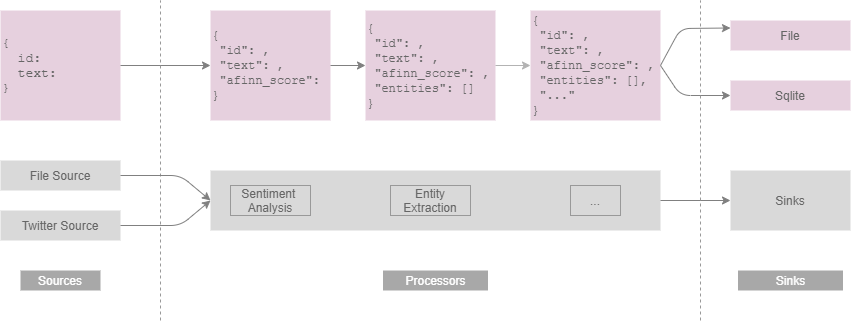
code2k13/nlphose keeps this draw.io diagram as nlphose.png. Above is the earlier version. Source tidied: cells renumbered, new cells last; positions are measured from the earlier drawing's top-left corner, leaving out a move shared by most shapes. Its diagram source:
```xml
<mxGraphModel>
  <root>
    <mxCell id="0" />
    <mxCell id="1" parent="0" />
    <mxCell id="2" style="rounded=0;whiteSpace=wrap;html=1;fillColor=#D9D9D9;strokeColor=none;fontColor=#666666;align=center;" parent="1" vertex="1">
      <mxGeometry x="210" y="170" width="450" height="60" as="geometry" />
    </mxCell>
    <mxCell id="3" value="Sinks" style="rounded=0;whiteSpace=wrap;html=1;fillColor=#D9D9D9;strokeColor=none;fontColor=#666666;align=center;" parent="1" vertex="1">
      <mxGeometry x="730" y="170" width="120" height="60" as="geometry" />
    </mxCell>
    <mxCell id="4" value="&lt;font face=&quot;Courier New&quot; style=&quot;font-size: 13px;&quot;&gt;{&lt;br style=&quot;font-size: 13px;&quot;&gt;&amp;nbsp; id:&amp;nbsp;&lt;br style=&quot;font-size: 13px;&quot;&gt;&amp;nbsp; text:&lt;br style=&quot;font-size: 13px;&quot;&gt;}&lt;/font&gt;" style="text;html=1;align=left;verticalAlign=middle;whiteSpace=wrap;rounded=0;fontSize=12;fontColor=#666666;fillColor=#E6D0DE;" parent="1" vertex="1">
      <mxGeometry y="10" width="120" height="110" as="geometry" />
    </mxCell>
    <mxCell id="5" value="Entity&lt;br&gt;Extraction" style="rounded=0;whiteSpace=wrap;html=1;fillColor=#D9D9D9;strokeColor=#999999;fontColor=#666666;align=center;" parent="1" vertex="1">
      <mxGeometry x="390" y="185" width="80" height="30" as="geometry" />
    </mxCell>
    <mxCell id="6" value="Sentiment&amp;nbsp;&lt;br&gt;Analysis" style="rounded=0;whiteSpace=wrap;html=1;fillColor=#D9D9D9;fontColor=#666666;align=center;strokeColor=#999999;" parent="1" vertex="1">
      <mxGeometry x="230" y="185" width="80" height="30" as="geometry" />
    </mxCell>
    <mxCell id="7" value="..." style="rounded=0;whiteSpace=wrap;html=1;fontSize=12;fillColor=#D9D9D9;strokeColor=#999999;fontColor=#666666;align=center;" parent="1" vertex="1">
      <mxGeometry x="570" y="185" width="50" height="30" as="geometry" />
    </mxCell>
    <mxCell id="8" value="&lt;div&gt;&lt;font face=&quot;Courier New&quot;&gt;{&lt;/font&gt;&lt;/div&gt;&lt;div&gt;&lt;font face=&quot;Courier New&quot;&gt;&amp;nbsp;&quot;id&quot;: ,&amp;nbsp;&lt;/font&gt;&lt;/div&gt;&lt;div&gt;&lt;font face=&quot;Courier New&quot;&gt;&amp;nbsp;&quot;text&quot;: ,&lt;/font&gt;&lt;/div&gt;&lt;div&gt;&lt;font face=&quot;Courier New&quot;&gt;&amp;nbsp;&quot;afinn_score&quot;:&lt;/font&gt;&lt;/div&gt;&lt;div&gt;&lt;font face=&quot;Courier New&quot;&gt;}&lt;/font&gt;&lt;/div&gt;" style="text;html=1;fillColor=#E6D0DE;align=left;verticalAlign=middle;whiteSpace=wrap;rounded=0;strokeColor=none;fontColor=#666666;" parent="1" vertex="1">
      <mxGeometry x="210" y="10" width="120" height="110" as="geometry" />
    </mxCell>
    <mxCell id="9" value="&lt;div&gt;&lt;font face=&quot;Courier New&quot;&gt;{&lt;/font&gt;&lt;/div&gt;&lt;div&gt;&lt;font face=&quot;Courier New&quot;&gt;&amp;nbsp;&quot;id&quot;: ,&amp;nbsp;&lt;/font&gt;&lt;/div&gt;&lt;div&gt;&lt;font face=&quot;Courier New&quot;&gt;&amp;nbsp;&quot;text&quot;: ,&lt;/font&gt;&lt;/div&gt;&lt;div&gt;&lt;font face=&quot;Courier New&quot;&gt;&amp;nbsp;&quot;afinn_score&quot;: ,&lt;/font&gt;&lt;/div&gt;&lt;div&gt;&lt;font face=&quot;Courier New&quot;&gt;&amp;nbsp;&quot;entities&quot;: []&lt;/font&gt;&lt;/div&gt;&lt;div&gt;&lt;font face=&quot;Courier New&quot;&gt;}&lt;/font&gt;&lt;/div&gt;" style="text;html=1;strokeColor=none;fillColor=#E6D0DE;align=left;verticalAlign=middle;whiteSpace=wrap;rounded=0;fontColor=#666666;" parent="1" vertex="1">
      <mxGeometry x="365" y="10" width="130" height="110" as="geometry" />
    </mxCell>
    <mxCell id="10" value="&lt;div&gt;&lt;font face=&quot;Courier New&quot;&gt;{&lt;/font&gt;&lt;/div&gt;&lt;div&gt;&lt;font face=&quot;Courier New&quot;&gt;&amp;nbsp;&quot;id&quot;: ,&amp;nbsp;&lt;/font&gt;&lt;/div&gt;&lt;div&gt;&lt;font face=&quot;Courier New&quot;&gt;&amp;nbsp;&quot;text&quot;: ,&lt;/font&gt;&lt;/div&gt;&lt;div&gt;&lt;font face=&quot;Courier New&quot;&gt;&amp;nbsp;&quot;afinn_score&quot;: ,&lt;/font&gt;&lt;/div&gt;&lt;div&gt;&lt;font face=&quot;Courier New&quot;&gt;&amp;nbsp;&quot;entities&quot;: [],&lt;/font&gt;&lt;/div&gt;&lt;div&gt;&lt;font face=&quot;Courier New&quot;&gt;&amp;nbsp;&quot;...&quot;&lt;/font&gt;&lt;/div&gt;&lt;div&gt;&lt;font face=&quot;Courier New&quot;&gt;}&lt;/font&gt;&lt;/div&gt;" style="text;html=1;strokeColor=none;fillColor=#E6D0DE;align=left;verticalAlign=middle;whiteSpace=wrap;rounded=0;fontColor=#666666;" parent="1" vertex="1">
      <mxGeometry x="530" y="10" width="130" height="110" as="geometry" />
    </mxCell>
    <mxCell id="11" style="endArrow=classic;html=1;fontSize=14;exitX=1;exitY=0.5;exitDx=0;exitDy=0;entryX=0;entryY=0.5;entryDx=0;entryDy=0;strokeColor=#808080;" parent="1" edge="1" source="4" target="8">
      <mxGeometry relative="1" as="geometry" />
    </mxCell>
    <mxCell id="12" style="endArrow=classic;html=1;fontSize=14;exitX=1;exitY=0.5;exitDx=0;exitDy=0;entryX=0;entryY=0.5;entryDx=0;entryDy=0;strokeColor=#808080;" parent="1" edge="1" source="8" target="9">
      <mxGeometry relative="1" as="geometry" />
    </mxCell>
    <mxCell id="13" style="html=1;fontSize=12;exitX=1;exitY=0.5;exitDx=0;exitDy=0;rounded=0;fontColor=#666666;align=left;strokeColor=#B3B3B3;fillColor=#f5f5f5;" parent="1" edge="1" source="9" target="10">
      <mxGeometry relative="1" as="geometry" />
    </mxCell>
    <mxCell id="14" style="endArrow=classic;html=1;fontSize=14;exitX=1;exitY=0.5;exitDx=0;exitDy=0;strokeColor=#808080;" parent="1" edge="1" source="2" target="3">
      <mxGeometry relative="1" as="geometry" />
    </mxCell>
    <mxCell id="15" value="File" style="rounded=0;whiteSpace=wrap;html=1;fontSize=12;fillColor=#E6D0DE;strokeColor=none;fontColor=#666666;align=center;" parent="1" vertex="1">
      <mxGeometry x="730" y="20" width="120" height="30" as="geometry" />
    </mxCell>
    <mxCell id="16" value="Sqlite" style="rounded=0;whiteSpace=wrap;html=1;fontSize=12;fillColor=#E6D0DE;strokeColor=none;fontColor=#666666;align=center;" parent="1" vertex="1">
      <mxGeometry x="730" y="80" width="120" height="30" as="geometry" />
    </mxCell>
    <mxCell id="17" style="endArrow=classic;html=1;fontSize=14;exitX=1;exitY=0.5;exitDx=0;exitDy=0;entryX=0;entryY=0.25;entryDx=0;entryDy=0;strokeColor=#808080;" parent="1" edge="1" source="10" target="15">
      <mxGeometry relative="1" as="geometry">
        <Array as="points">
          <mxPoint x="680" y="28" />
        </Array>
      </mxGeometry>
    </mxCell>
    <mxCell id="18" style="endArrow=classic;html=1;fontSize=14;exitX=1;exitY=0.5;exitDx=0;exitDy=0;entryX=0;entryY=0.5;entryDx=0;entryDy=0;strokeColor=#808080;" parent="1" edge="1" source="10" target="16">
      <mxGeometry relative="1" as="geometry">
        <Array as="points">
          <mxPoint x="680" y="95" />
        </Array>
      </mxGeometry>
    </mxCell>
    <mxCell id="19" style="endArrow=none;dashed=1;html=1;fontSize=14;strokeColor=#999999;strokeWidth=1;" parent="1" edge="1">
      <mxGeometry relative="1" as="geometry">
        <mxPoint x="160" y="320" as="sourcePoint" />
        <mxPoint x="160" as="targetPoint" />
      </mxGeometry>
    </mxCell>
    <mxCell id="20" style="endArrow=none;dashed=1;html=1;fontSize=14;strokeColor=#999999;strokeWidth=1;" parent="1" edge="1">
      <mxGeometry relative="1" as="geometry">
        <mxPoint x="700" y="320" as="sourcePoint" />
        <mxPoint x="700" as="targetPoint" />
      </mxGeometry>
    </mxCell>
    <mxCell id="21" value="Twitter Source" style="rounded=0;whiteSpace=wrap;html=1;fontSize=12;fillColor=#D9D9D9;strokeColor=none;fontColor=#666666;align=center;" parent="1" vertex="1">
      <mxGeometry y="210" width="120" height="30" as="geometry" />
    </mxCell>
    <mxCell id="22" value="File Source" style="rounded=0;whiteSpace=wrap;html=1;fontSize=12;fontColor=#666666;align=center;fillColor=#D9D9D9;strokeColor=none;" parent="1" vertex="1">
      <mxGeometry y="160" width="120" height="30" as="geometry" />
    </mxCell>
    <mxCell id="23" style="endArrow=classic;html=1;fontSize=14;exitX=1;exitY=0.5;exitDx=0;exitDy=0;entryX=0;entryY=0.5;entryDx=0;entryDy=0;strokeColor=#808080;" parent="1" edge="1" source="22" target="2">
      <mxGeometry relative="1" as="geometry">
        <Array as="points">
          <mxPoint x="180" y="175" />
        </Array>
      </mxGeometry>
    </mxCell>
    <mxCell id="24" style="endArrow=classic;html=1;strokeColor=#808080;fontSize=14;exitX=1;exitY=0.5;exitDx=0;exitDy=0;entryX=0;entryY=0.5;entryDx=0;entryDy=0;" parent="1" edge="1" source="21" target="2">
      <mxGeometry relative="1" as="geometry">
        <Array as="points">
          <mxPoint x="180" y="225" />
        </Array>
      </mxGeometry>
    </mxCell>
    <mxCell id="25" value="Sources" style="text;html=1;strokeColor=none;align=center;verticalAlign=middle;whiteSpace=wrap;rounded=0;fontSize=12;fillColor=#A8A8A8;fontColor=#FFFFFF;" parent="1" vertex="1">
      <mxGeometry x="20" y="270" width="80" height="20" as="geometry" />
    </mxCell>
    <mxCell id="26" value="Processors" style="text;html=1;align=center;verticalAlign=middle;whiteSpace=wrap;rounded=0;fontSize=12;fillColor=#A8A8A8;fontColor=#FFFFFF;" parent="1" vertex="1">
      <mxGeometry x="382.5" y="270" width="105" height="20" as="geometry" />
    </mxCell>
    <mxCell id="27" value="Sinks" style="text;html=1;strokeColor=none;align=center;verticalAlign=middle;whiteSpace=wrap;rounded=0;fontSize=12;fillColor=#A8A8A8;fontColor=#FFFFFF;" parent="1" vertex="1">
      <mxGeometry x="737.5" y="270" width="105" height="20" as="geometry" />
    </mxCell>
  </root>
</mxGraphModel>
```
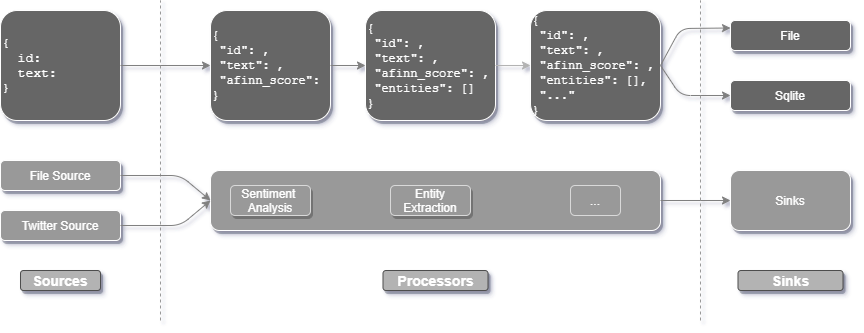
After the change.

What changed in the source:
```diff
@@ -2,31 +2,31 @@
   <root>
     <mxCell id="0" />
     <mxCell id="1" parent="0" />
-    <mxCell id="2" style="rounded=0;whiteSpace=wrap;html=1;fillColor=#D9D9D9;strokeColor=none;fontColor=#666666;align=center;" parent="1" vertex="1">
+    <mxCell id="2" style="rounded=1;whiteSpace=wrap;html=1;strokeColor=#FFFFFF;fontColor=#FFFFFF;align=center;fillColor=#999999;shadow=1;" parent="1" vertex="1">
       <mxGeometry x="210" y="170" width="450" height="60" as="geometry" />
     </mxCell>
-    <mxCell id="3" value="Sinks" style="rounded=0;whiteSpace=wrap;html=1;fillColor=#D9D9D9;strokeColor=none;fontColor=#666666;align=center;" parent="1" vertex="1">
+    <mxCell id="3" value="Sinks" style="rounded=1;whiteSpace=wrap;html=1;strokeColor=#FFFFFF;fontColor=#FFFFFF;align=center;fillColor=#999999;shadow=1;" parent="1" vertex="1">
       <mxGeometry x="730" y="170" width="120" height="60" as="geometry" />
     </mxCell>
-    <mxCell id="4" value="&lt;font face=&quot;Courier New&quot; style=&quot;font-size: 13px;&quot;&gt;{&lt;br style=&quot;font-size: 13px;&quot;&gt;&amp;nbsp; id:&amp;nbsp;&lt;br style=&quot;font-size: 13px;&quot;&gt;&amp;nbsp; text:&lt;br style=&quot;font-size: 13px;&quot;&gt;}&lt;/font&gt;" style="text;html=1;align=left;verticalAlign=middle;whiteSpace=wrap;rounded=0;fontSize=12;fontColor=#666666;fillColor=#E6D0DE;" parent="1" vertex="1">
+    <mxCell id="4" value="&lt;font face=&quot;Courier New&quot; style=&quot;font-size: 13px&quot; color=&quot;#ffffff&quot;&gt;{&lt;br style=&quot;font-size: 13px&quot;&gt;&amp;nbsp; id:&amp;nbsp;&lt;br style=&quot;font-size: 13px&quot;&gt;&amp;nbsp; text:&lt;br style=&quot;font-size: 13px&quot;&gt;}&lt;/font&gt;" style="text;html=1;align=left;verticalAlign=middle;whiteSpace=wrap;rounded=1;fontSize=12;fontColor=#666666;fillColor=#666666;strokeColor=#FFFFFF;shadow=1;" parent="1" vertex="1">
       <mxGeometry y="10" width="120" height="110" as="geometry" />
     </mxCell>
-    <mxCell id="5" value="Entity&lt;br&gt;Extraction" style="rounded=0;whiteSpace=wrap;html=1;fillColor=#D9D9D9;strokeColor=#999999;fontColor=#666666;align=center;" parent="1" vertex="1">
+    <mxCell id="5" value="Entity&lt;br&gt;Extraction" style="rounded=1;whiteSpace=wrap;html=1;fillColor=#999999;strokeColor=#D9D9D9;fontColor=#FFFFFF;align=center;shadow=1;" parent="1" vertex="1">
       <mxGeometry x="390" y="185" width="80" height="30" as="geometry" />
     </mxCell>
-    <mxCell id="6" value="Sentiment&amp;nbsp;&lt;br&gt;Analysis" style="rounded=0;whiteSpace=wrap;html=1;fillColor=#D9D9D9;fontColor=#666666;align=center;strokeColor=#999999;" parent="1" vertex="1">
+    <mxCell id="6" value="Sentiment&amp;nbsp;&lt;br&gt;Analysis" style="rounded=1;whiteSpace=wrap;html=1;fillColor=#999999;fontColor=#FFFFFF;align=center;strokeColor=#D9D9D9;shadow=1;" parent="1" vertex="1">
       <mxGeometry x="230" y="185" width="80" height="30" as="geometry" />
     </mxCell>
-    <mxCell id="7" value="..." style="rounded=0;whiteSpace=wrap;html=1;fontSize=12;fillColor=#D9D9D9;strokeColor=#999999;fontColor=#666666;align=center;" parent="1" vertex="1">
+    <mxCell id="7" value="..." style="rounded=1;whiteSpace=wrap;html=1;fontSize=12;fillColor=#999999;strokeColor=#D9D9D9;fontColor=#FFFFFF;align=center;" parent="1" vertex="1">
       <mxGeometry x="570" y="185" width="50" height="30" as="geometry" />
     </mxCell>
-    <mxCell id="8" value="&lt;div&gt;&lt;font face=&quot;Courier New&quot;&gt;{&lt;/font&gt;&lt;/div&gt;&lt;div&gt;&lt;font face=&quot;Courier New&quot;&gt;&amp;nbsp;&quot;id&quot;: ,&amp;nbsp;&lt;/font&gt;&lt;/div&gt;&lt;div&gt;&lt;font face=&quot;Courier New&quot;&gt;&amp;nbsp;&quot;text&quot;: ,&lt;/font&gt;&lt;/div&gt;&lt;div&gt;&lt;font face=&quot;Courier New&quot;&gt;&amp;nbsp;&quot;afinn_score&quot;:&lt;/font&gt;&lt;/div&gt;&lt;div&gt;&lt;font face=&quot;Courier New&quot;&gt;}&lt;/font&gt;&lt;/div&gt;" style="text;html=1;fillColor=#E6D0DE;align=left;verticalAlign=middle;whiteSpace=wrap;rounded=0;strokeColor=none;fontColor=#666666;" parent="1" vertex="1">
+    <mxCell id="8" value="&lt;div&gt;&lt;font face=&quot;Courier New&quot; color=&quot;#ffffff&quot;&gt;{&lt;/font&gt;&lt;/div&gt;&lt;div&gt;&lt;font face=&quot;Courier New&quot; color=&quot;#ffffff&quot;&gt;&amp;nbsp;&quot;id&quot;: ,&amp;nbsp;&lt;/font&gt;&lt;/div&gt;&lt;div&gt;&lt;font face=&quot;Courier New&quot; color=&quot;#ffffff&quot;&gt;&amp;nbsp;&quot;text&quot;: ,&lt;/font&gt;&lt;/div&gt;&lt;div&gt;&lt;font face=&quot;Courier New&quot; color=&quot;#ffffff&quot;&gt;&amp;nbsp;&quot;afinn_score&quot;:&lt;/font&gt;&lt;/div&gt;&lt;div&gt;&lt;font face=&quot;Courier New&quot; color=&quot;#ffffff&quot;&gt;}&lt;/font&gt;&lt;/div&gt;" style="text;html=1;fillColor=#666666;align=left;verticalAlign=middle;whiteSpace=wrap;rounded=1;strokeColor=#FFFFFF;fontColor=#666666;glass=0;sketch=0;shadow=1;" parent="1" vertex="1">
       <mxGeometry x="210" y="10" width="120" height="110" as="geometry" />
     </mxCell>
-    <mxCell id="9" value="&lt;div&gt;&lt;font face=&quot;Courier New&quot;&gt;{&lt;/font&gt;&lt;/div&gt;&lt;div&gt;&lt;font face=&quot;Courier New&quot;&gt;&amp;nbsp;&quot;id&quot;: ,&amp;nbsp;&lt;/font&gt;&lt;/div&gt;&lt;div&gt;&lt;font face=&quot;Courier New&quot;&gt;&amp;nbsp;&quot;text&quot;: ,&lt;/font&gt;&lt;/div&gt;&lt;div&gt;&lt;font face=&quot;Courier New&quot;&gt;&amp;nbsp;&quot;afinn_score&quot;: ,&lt;/font&gt;&lt;/div&gt;&lt;div&gt;&lt;font face=&quot;Courier New&quot;&gt;&amp;nbsp;&quot;entities&quot;: []&lt;/font&gt;&lt;/div&gt;&lt;div&gt;&lt;font face=&quot;Courier New&quot;&gt;}&lt;/font&gt;&lt;/div&gt;" style="text;html=1;strokeColor=none;fillColor=#E6D0DE;align=left;verticalAlign=middle;whiteSpace=wrap;rounded=0;fontColor=#666666;" parent="1" vertex="1">
+    <mxCell id="9" value="&lt;div&gt;&lt;font face=&quot;Courier New&quot; color=&quot;#ffffff&quot;&gt;{&lt;/font&gt;&lt;/div&gt;&lt;div&gt;&lt;font face=&quot;Courier New&quot; color=&quot;#ffffff&quot;&gt;&amp;nbsp;&quot;id&quot;: ,&amp;nbsp;&lt;/font&gt;&lt;/div&gt;&lt;div&gt;&lt;font face=&quot;Courier New&quot; color=&quot;#ffffff&quot;&gt;&amp;nbsp;&quot;text&quot;: ,&lt;/font&gt;&lt;/div&gt;&lt;div&gt;&lt;font face=&quot;Courier New&quot; color=&quot;#ffffff&quot;&gt;&amp;nbsp;&quot;afinn_score&quot;: ,&lt;/font&gt;&lt;/div&gt;&lt;div&gt;&lt;font face=&quot;Courier New&quot; color=&quot;#ffffff&quot;&gt;&amp;nbsp;&quot;entities&quot;: []&lt;/font&gt;&lt;/div&gt;&lt;div&gt;&lt;font face=&quot;Courier New&quot; color=&quot;#ffffff&quot;&gt;}&lt;/font&gt;&lt;/div&gt;" style="text;html=1;strokeColor=#FFFFFF;fillColor=#666666;align=left;verticalAlign=middle;whiteSpace=wrap;rounded=1;fontColor=#666666;glass=0;sketch=0;shadow=1;" parent="1" vertex="1">
       <mxGeometry x="365" y="10" width="130" height="110" as="geometry" />
     </mxCell>
-    <mxCell id="10" value="&lt;div&gt;&lt;font face=&quot;Courier New&quot;&gt;{&lt;/font&gt;&lt;/div&gt;&lt;div&gt;&lt;font face=&quot;Courier New&quot;&gt;&amp;nbsp;&quot;id&quot;: ,&amp;nbsp;&lt;/font&gt;&lt;/div&gt;&lt;div&gt;&lt;font face=&quot;Courier New&quot;&gt;&amp;nbsp;&quot;text&quot;: ,&lt;/font&gt;&lt;/div&gt;&lt;div&gt;&lt;font face=&quot;Courier New&quot;&gt;&amp;nbsp;&quot;afinn_score&quot;: ,&lt;/font&gt;&lt;/div&gt;&lt;div&gt;&lt;font face=&quot;Courier New&quot;&gt;&amp;nbsp;&quot;entities&quot;: [],&lt;/font&gt;&lt;/div&gt;&lt;div&gt;&lt;font face=&quot;Courier New&quot;&gt;&amp;nbsp;&quot;...&quot;&lt;/font&gt;&lt;/div&gt;&lt;div&gt;&lt;font face=&quot;Courier New&quot;&gt;}&lt;/font&gt;&lt;/div&gt;" style="text;html=1;strokeColor=none;fillColor=#E6D0DE;align=left;verticalAlign=middle;whiteSpace=wrap;rounded=0;fontColor=#666666;" parent="1" vertex="1">
+    <mxCell id="10" value="&lt;div&gt;&lt;font face=&quot;Courier New&quot; color=&quot;#ffffff&quot;&gt;{&lt;/font&gt;&lt;/div&gt;&lt;div&gt;&lt;font face=&quot;Courier New&quot; color=&quot;#ffffff&quot;&gt;&amp;nbsp;&quot;id&quot;: ,&amp;nbsp;&lt;/font&gt;&lt;/div&gt;&lt;div&gt;&lt;font face=&quot;Courier New&quot; color=&quot;#ffffff&quot;&gt;&amp;nbsp;&quot;text&quot;: ,&lt;/font&gt;&lt;/div&gt;&lt;div&gt;&lt;font face=&quot;Courier New&quot; color=&quot;#ffffff&quot;&gt;&amp;nbsp;&quot;afinn_score&quot;: ,&lt;/font&gt;&lt;/div&gt;&lt;div&gt;&lt;font face=&quot;Courier New&quot; color=&quot;#ffffff&quot;&gt;&amp;nbsp;&quot;entities&quot;: [],&lt;/font&gt;&lt;/div&gt;&lt;div&gt;&lt;font face=&quot;Courier New&quot; color=&quot;#ffffff&quot;&gt;&amp;nbsp;&quot;...&quot;&lt;/font&gt;&lt;/div&gt;&lt;div&gt;&lt;font face=&quot;Courier New&quot; color=&quot;#ffffff&quot;&gt;}&lt;/font&gt;&lt;/div&gt;" style="text;html=1;strokeColor=#FFFFFF;fillColor=#666666;align=left;verticalAlign=middle;whiteSpace=wrap;rounded=1;fontColor=#666666;glass=0;sketch=0;shadow=1;" parent="1" vertex="1">
       <mxGeometry x="530" y="10" width="130" height="110" as="geometry" />
     </mxCell>
     <mxCell id="11" style="endArrow=classic;html=1;fontSize=14;exitX=1;exitY=0.5;exitDx=0;exitDy=0;entryX=0;entryY=0.5;entryDx=0;entryDy=0;strokeColor=#808080;" parent="1" edge="1" source="4" target="8">
@@ -41,10 +41,10 @@
     <mxCell id="14" style="endArrow=classic;html=1;fontSize=14;exitX=1;exitY=0.5;exitDx=0;exitDy=0;strokeColor=#808080;" parent="1" edge="1" source="2" target="3">
       <mxGeometry relative="1" as="geometry" />
     </mxCell>
-    <mxCell id="15" value="File" style="rounded=0;whiteSpace=wrap;html=1;fontSize=12;fillColor=#E6D0DE;strokeColor=none;fontColor=#666666;align=center;" parent="1" vertex="1">
+    <mxCell id="15" value="File" style="rounded=1;whiteSpace=wrap;html=1;fontSize=12;align=center;fontColor=#FFFFFF;fillColor=#666666;strokeColor=#FFFFFF;glass=0;sketch=0;shadow=1;" parent="1" vertex="1">
       <mxGeometry x="730" y="20" width="120" height="30" as="geometry" />
     </mxCell>
-    <mxCell id="16" value="Sqlite" style="rounded=0;whiteSpace=wrap;html=1;fontSize=12;fillColor=#E6D0DE;strokeColor=none;fontColor=#666666;align=center;" parent="1" vertex="1">
+    <mxCell id="16" value="Sqlite" style="rounded=1;whiteSpace=wrap;html=1;fontSize=12;align=center;fontColor=#FFFFFF;fillColor=#666666;strokeColor=#FFFFFF;glass=0;sketch=0;shadow=1;" parent="1" vertex="1">
       <mxGeometry x="730" y="80" width="120" height="30" as="geometry" />
     </mxCell>
     <mxCell id="17" style="endArrow=classic;html=1;fontSize=14;exitX=1;exitY=0.5;exitDx=0;exitDy=0;entryX=0;entryY=0.25;entryDx=0;entryDy=0;strokeColor=#808080;" parent="1" edge="1" source="10" target="15">
@@ -73,10 +73,10 @@
         <mxPoint x="700" as="targetPoint" />
       </mxGeometry>
     </mxCell>
-    <mxCell id="21" value="Twitter Source" style="rounded=0;whiteSpace=wrap;html=1;fontSize=12;fillColor=#D9D9D9;strokeColor=none;fontColor=#666666;align=center;" parent="1" vertex="1">
+    <mxCell id="21" value="Twitter Source" style="rounded=1;whiteSpace=wrap;html=1;fontSize=12;strokeColor=#FFFFFF;fontColor=#FFFFFF;align=center;fillColor=#999999;shadow=1;" parent="1" vertex="1">
       <mxGeometry y="210" width="120" height="30" as="geometry" />
     </mxCell>
-    <mxCell id="22" value="File Source" style="rounded=0;whiteSpace=wrap;html=1;fontSize=12;fontColor=#666666;align=center;fillColor=#D9D9D9;strokeColor=none;" parent="1" vertex="1">
+    <mxCell id="22" value="File Source" style="rounded=1;whiteSpace=wrap;html=1;fontSize=12;align=center;strokeColor=#FFFFFF;fontColor=#FFFFFF;fillColor=#999999;shadow=1;" parent="1" vertex="1">
       <mxGeometry y="160" width="120" height="30" as="geometry" />
     </mxCell>
     <mxCell id="23" style="endArrow=classic;html=1;fontSize=14;exitX=1;exitY=0.5;exitDx=0;exitDy=0;entryX=0;entryY=0.5;entryDx=0;entryDy=0;strokeColor=#808080;" parent="1" edge="1" source="22" target="2">
@@ -93,13 +93,13 @@
         </Array>
       </mxGeometry>
     </mxCell>
-    <mxCell id="25" value="Sources" style="text;html=1;strokeColor=none;align=center;verticalAlign=middle;whiteSpace=wrap;rounded=0;fontSize=12;fillColor=#A8A8A8;fontColor=#FFFFFF;" parent="1" vertex="1">
+    <mxCell id="25" value="Sources" style="text;html=1;strokeColor=#4D4D4D;align=center;verticalAlign=middle;whiteSpace=wrap;rounded=1;fontSize=14;fontColor=#FFFFFF;fillColor=#B3B3B3;fontStyle=1;shadow=1;" parent="1" vertex="1">
       <mxGeometry x="20" y="270" width="80" height="20" as="geometry" />
     </mxCell>
-    <mxCell id="26" value="Processors" style="text;html=1;align=center;verticalAlign=middle;whiteSpace=wrap;rounded=0;fontSize=12;fillColor=#A8A8A8;fontColor=#FFFFFF;" parent="1" vertex="1">
+    <mxCell id="26" value="Processors" style="text;html=1;align=center;verticalAlign=middle;whiteSpace=wrap;rounded=1;fontSize=14;fillColor=#B3B3B3;fontColor=#FFFFFF;fontStyle=1;strokeColor=#4D4D4D;shadow=1;" parent="1" vertex="1">
       <mxGeometry x="382.5" y="270" width="105" height="20" as="geometry" />
     </mxCell>
-    <mxCell id="27" value="Sinks" style="text;html=1;strokeColor=none;align=center;verticalAlign=middle;whiteSpace=wrap;rounded=0;fontSize=12;fillColor=#A8A8A8;fontColor=#FFFFFF;" parent="1" vertex="1">
+    <mxCell id="27" value="Sinks" style="text;html=1;align=center;verticalAlign=middle;whiteSpace=wrap;rounded=1;fontSize=14;fontColor=#FFFFFF;fillColor=#B3B3B3;fontStyle=1;strokeColor=#4D4D4D;shadow=1;" parent="1" vertex="1">
       <mxGeometry x="737.5" y="270" width="105" height="20" as="geometry" />
     </mxCell>
   </root>
```
